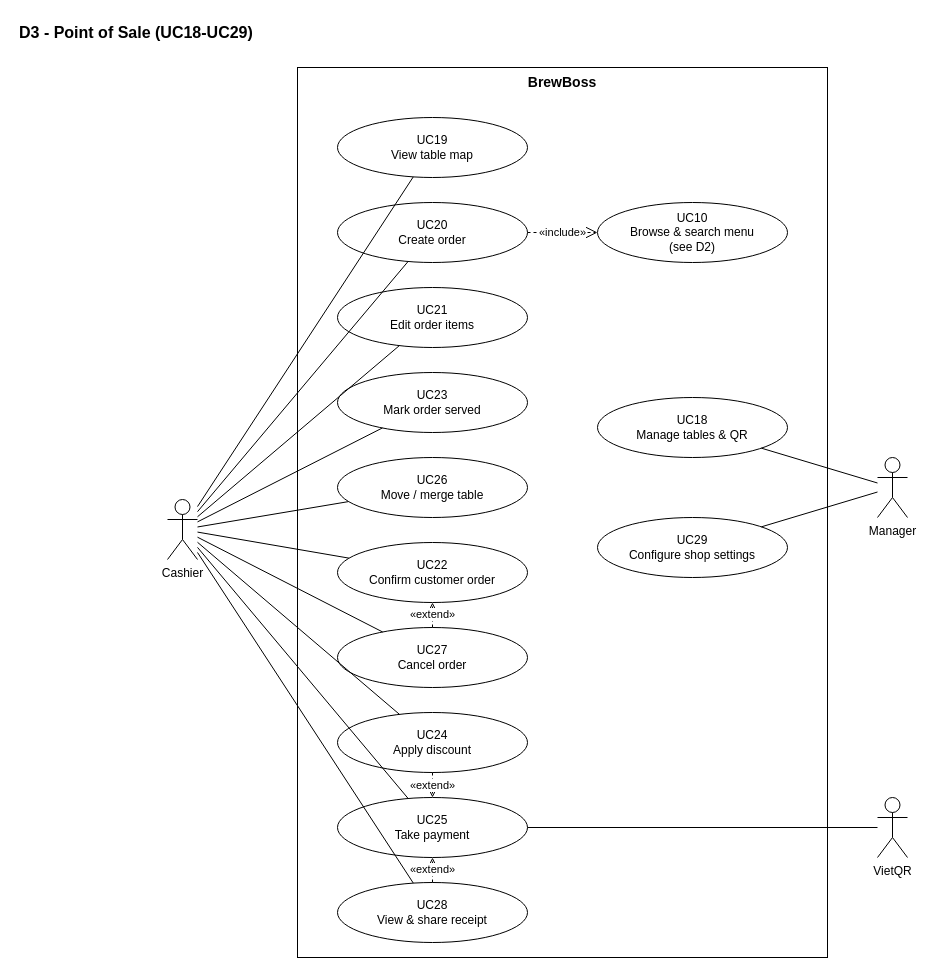
huytran303/CafeManagementSystem keeps this draw.io diagram as page "D3 Point of Sale" (4 of 6) of docs/diagrams/use-case-diagrams.drawio. Above is the earlier version. Source tidied: cells renumbered, new cells numbered last; positions are measured from the earlier drawing's top-left corner, leaving out a move shared by most shapes. Both pictures are drawn from the tidied source at 100%, with x=0, y=0 at pixel (17, 17).
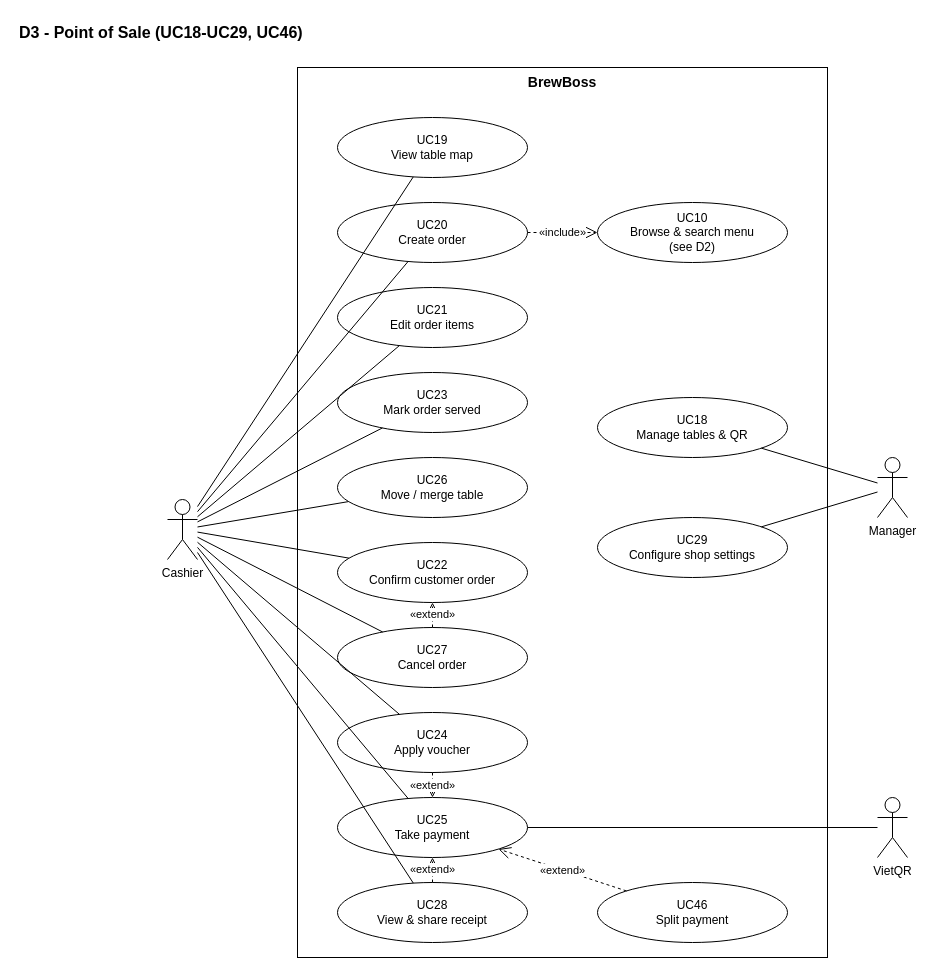
The same page after the edit.

Unchanged cells that the change refers to:
```xml
<mxCell id="12" value="UC25&lt;br&gt;Take payment" style="ellipse;whiteSpace=wrap;html=1;fillColor=#ffffff;fontSize=12;" parent="1" vertex="1">
  <mxGeometry x="320" y="780" width="190" height="60" as="geometry" />
</mxCell>
```

The edit, as a diff of the source:
```diff
@@
-    <mxCell id="2" value="D3 - Point of Sale (UC18-UC29)" style="text;html=1;align=left;verticalAlign=middle;fontStyle=1;fontSize=16;" parent="1" vertex="1">
+    <mxCell id="2" value="D3 - Point of Sale (UC18-UC29, UC46)" style="text;html=1;align=left;verticalAlign=middle;fontStyle=1;fontSize=16;" parent="1" vertex="1">
       <mxGeometry width="600" height="30" as="geometry" />
     </mxCell>
@@
-    <mxCell id="11" value="UC24&lt;br&gt;Apply discount" style="ellipse;whiteSpace=wrap;html=1;fillColor=#ffffff;fontSize=12;" parent="1" vertex="1">
+    <mxCell id="11" value="UC24&lt;br&gt;Apply voucher" style="ellipse;whiteSpace=wrap;html=1;fillColor=#ffffff;fontSize=12;" parent="1" vertex="1">
       <mxGeometry x="320" y="695" width="190" height="60" as="geometry" />
     </mxCell>
@@
+    <mxCell id="37" value="UC46&lt;br&gt;Split payment" style="ellipse;whiteSpace=wrap;html=1;fillColor=#ffffff;fontSize=12;" parent="1" vertex="1">
+      <mxGeometry x="580" y="865" width="190" height="60" as="geometry" />
+    </mxCell>
@@
+    <mxCell id="38" value="«extend»" style="dashed=1;endArrow=open;endFill=0;endSize=10;html=1;rounded=0;fontSize=11;labelBackgroundColor=#ffffff;" parent="1" edge="1" source="37" target="12">
+      <mxGeometry relative="1" as="geometry" />
+    </mxCell>
```
